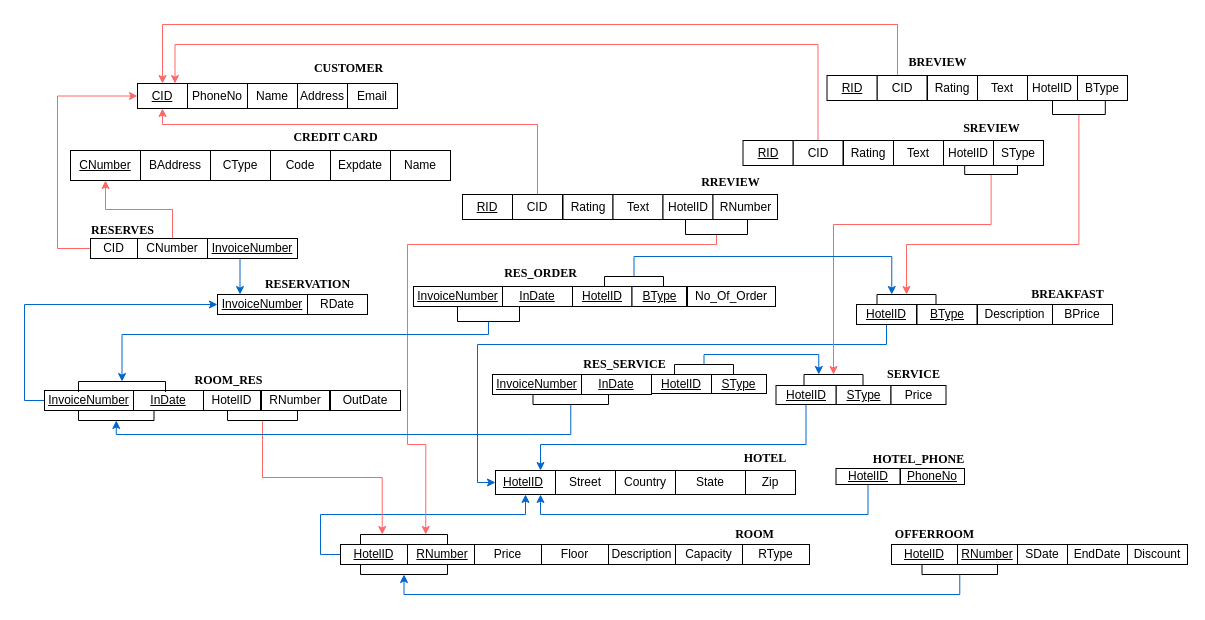
Earlier version of the draw.io diagram page "Page-1" (1 of 2) of ProjectDeliverable2.drawio (susbiswas/njit-dbms-project2). Source tidied: cells renumbered, new cells numbered last; positions are measured from the earlier drawing's top-left corner, leaving out a move shared by most shapes. Both pictures are drawn from the tidied source at 100%, with x=0, y=0 at pixel (44, 24).
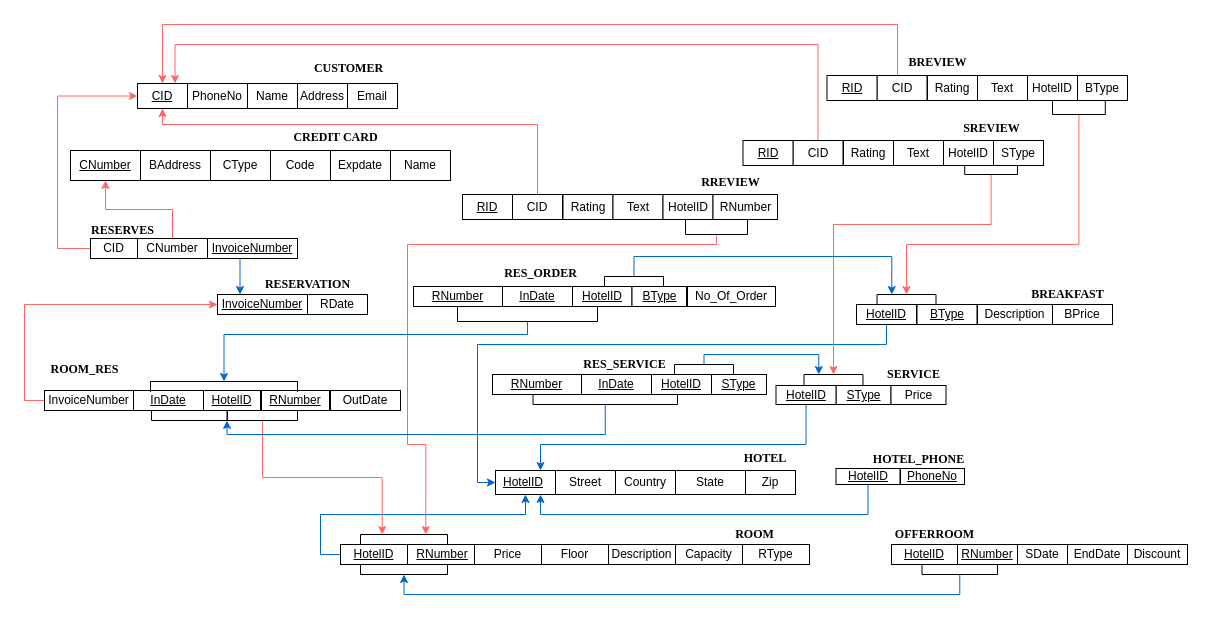
The same page after the edit.

The change refers to these unchanged cells:
```xml
<mxCell id="118" value="&lt;u&gt;InvoiceNumber&lt;/u&gt;" style="rounded=0;whiteSpace=wrap;html=1;" parent="1" vertex="1">
  <mxGeometry x="173" y="270" width="90" height="20" as="geometry" />
</mxCell>
```

Diff of the diagram source:
```diff
@@
     <mxCell id="33" value="&lt;font face=&quot;Times New Roman&quot;&gt;&lt;b&gt;ROOM_RES&lt;/b&gt;&lt;/font&gt;" style="text;html=1;align=center;verticalAlign=middle;" parent="1" vertex="1">
-      <mxGeometry x="144" y="346" width="80" height="20" as="geometry" />
+      <mxGeometry y="335" width="80" height="20" as="geometry" />
     </mxCell>
@@
-    <mxCell id="81" value="HotelID" style="rounded=0;whiteSpace=wrap;html=1;" parent="1" vertex="1">
+    <mxCell id="81" value="&lt;u&gt;HotelID&lt;/u&gt;" style="rounded=0;whiteSpace=wrap;html=1;" parent="1" vertex="1">
       <mxGeometry x="159" y="366" width="57" height="20" as="geometry" />
     </mxCell>
-    <mxCell id="82" value="RNumber" style="rounded=0;whiteSpace=wrap;html=1;" parent="1" vertex="1">
+    <mxCell id="82" value="&lt;u&gt;RNumber&lt;/u&gt;" style="rounded=0;whiteSpace=wrap;html=1;" parent="1" vertex="1">
       <mxGeometry x="217" y="366" width="68" height="20" as="geometry" />
     </mxCell>
@@
     <mxCell id="88" value="&lt;u&gt;HotelID&lt;/u&gt;" style="rounded=0;whiteSpace=wrap;html=1;" parent="1" vertex="1">
-      <mxGeometry x="607" y="350" width="60" height="19" as="geometry" />
+      <mxGeometry x="607" y="350" width="60" height="20" as="geometry" />
     </mxCell>
     <mxCell id="89" value="&lt;u&gt;SType&lt;/u&gt;" style="rounded=0;whiteSpace=wrap;html=1;" parent="1" vertex="1">
-      <mxGeometry x="667" y="350" width="55" height="19" as="geometry" />
+      <mxGeometry x="667" y="350" width="55" height="20" as="geometry" />
     </mxCell>
@@
-    <mxCell id="116" style="edgeStyle=orthogonalEdgeStyle;rounded=0;jettySize=auto;html=1;exitX=0;exitY=0.5;exitDx=0;exitDy=0;entryX=0;entryY=0.5;entryDx=0;entryDy=0;strokeColor=#0066CC;" parent="1" edge="1" source="117" target="118">
+    <mxCell id="116" style="edgeStyle=orthogonalEdgeStyle;rounded=0;jettySize=auto;html=1;exitX=0;exitY=0.5;exitDx=0;exitDy=0;entryX=0;entryY=0.5;entryDx=0;entryDy=0;strokeColor=#FF6666;" parent="1" edge="1" source="117" target="118">
       <mxGeometry relative="1" as="geometry" />
     </mxCell>
-    <mxCell id="117" value="&lt;u&gt;InvoiceNumber&lt;/u&gt;" style="rounded=0;whiteSpace=wrap;html=1;" parent="1" vertex="1">
+    <mxCell id="117" value="InvoiceNumber" style="rounded=0;whiteSpace=wrap;html=1;" parent="1" vertex="1">
       <mxGeometry y="366" width="89" height="20" as="geometry" />
     </mxCell>
@@
-    <mxCell id="121" value="&lt;u&gt;InvoiceNumber&lt;/u&gt;" style="rounded=0;whiteSpace=wrap;html=1;" parent="1" vertex="1">
+    <mxCell id="121" value="&lt;u&gt;RNumber&lt;/u&gt;" style="rounded=0;whiteSpace=wrap;html=1;" parent="1" vertex="1">
       <mxGeometry x="369" y="262" width="89" height="20" as="geometry" />
     </mxCell>
     <mxCell id="122" style="shape=partialRectangle;whiteSpace=wrap;html=1;bottom=1;right=1;left=1;top=0;fillColor=none;routingCenterX=-0.5;direction=west;" parent="1" vertex="1">
-      <mxGeometry x="34" y="357" width="87" height="10" as="geometry" />
+      <mxGeometry x="106" y="357" width="147" height="10" as="geometry" />
     </mxCell>
     <mxCell id="123" style="edgeStyle=orthogonalEdgeStyle;rounded=0;jettySize=auto;html=1;exitX=0.5;exitY=1;exitDx=0;exitDy=0;entryX=0.5;entryY=1;entryDx=0;entryDy=0;strokeColor=#0066CC;" parent="1" edge="1" source="124" target="122">
       <mxGeometry relative="1" as="geometry">
         <Array as="points">
-          <mxPoint x="444" y="310" />
-          <mxPoint x="78" y="310" />
+          <mxPoint x="483" y="310" />
+          <mxPoint x="180" y="310" />
         </Array>
       </mxGeometry>
     </mxCell>
     <mxCell id="124" style="shape=partialRectangle;whiteSpace=wrap;html=1;bottom=1;right=1;left=1;top=0;fillColor=none;routingCenterX=-0.5;" parent="1" vertex="1">
-      <mxGeometry x="413" y="282" width="62" height="15" as="geometry" />
+      <mxGeometry x="413" y="282" width="140" height="15" as="geometry" />
     </mxCell>
-    <mxCell id="125" value="&lt;u&gt;InvoiceNumber&lt;/u&gt;" style="rounded=0;whiteSpace=wrap;html=1;" parent="1" vertex="1">
+    <mxCell id="125" value="&lt;u&gt;RNumber&lt;/u&gt;" style="rounded=0;whiteSpace=wrap;html=1;" parent="1" vertex="1">
       <mxGeometry x="448" y="350" width="89" height="20" as="geometry" />
     </mxCell>
     <mxCell id="126" style="shape=partialRectangle;whiteSpace=wrap;html=1;bottom=1;right=1;left=1;top=0;fillColor=none;routingCenterX=-0.5;strokeColor=#000000;" parent="1" vertex="1">
-      <mxGeometry x="34" y="386" width="75.5" height="10" as="geometry" />
+      <mxGeometry x="107" y="386" width="75.5" height="10" as="geometry" />
     </mxCell>
-    <mxCell id="127" style="edgeStyle=orthogonalEdgeStyle;rounded=0;jettySize=auto;html=1;exitX=0.5;exitY=1;exitDx=0;exitDy=0;entryX=0.5;entryY=1;entryDx=0;entryDy=0;strokeColor=#0066CC;" parent="1" edge="1" source="128" target="126">
+    <mxCell id="127" style="edgeStyle=orthogonalEdgeStyle;rounded=0;jettySize=auto;html=1;exitX=0.5;exitY=1;exitDx=0;exitDy=0;entryX=1;entryY=1;entryDx=0;entryDy=0;strokeColor=#0066CC;" parent="1" edge="1" source="128" target="126">
       <mxGeometry relative="1" as="geometry">
         <Array as="points">
-          <mxPoint x="526" y="410" />
-          <mxPoint x="72" y="410" />
+          <mxPoint x="561" y="410" />
+          <mxPoint x="183" y="410" />
         </Array>
       </mxGeometry>
     </mxCell>
     <mxCell id="128" style="shape=partialRectangle;whiteSpace=wrap;html=1;bottom=1;right=1;left=1;top=0;fillColor=none;routingCenterX=-0.5;strokeColor=#000000;" parent="1" vertex="1">
-      <mxGeometry x="488.5" y="370" width="75.5" height="10" as="geometry" />
+      <mxGeometry x="488.5" y="370" width="144.5" height="10" as="geometry" />
     </mxCell>
```
